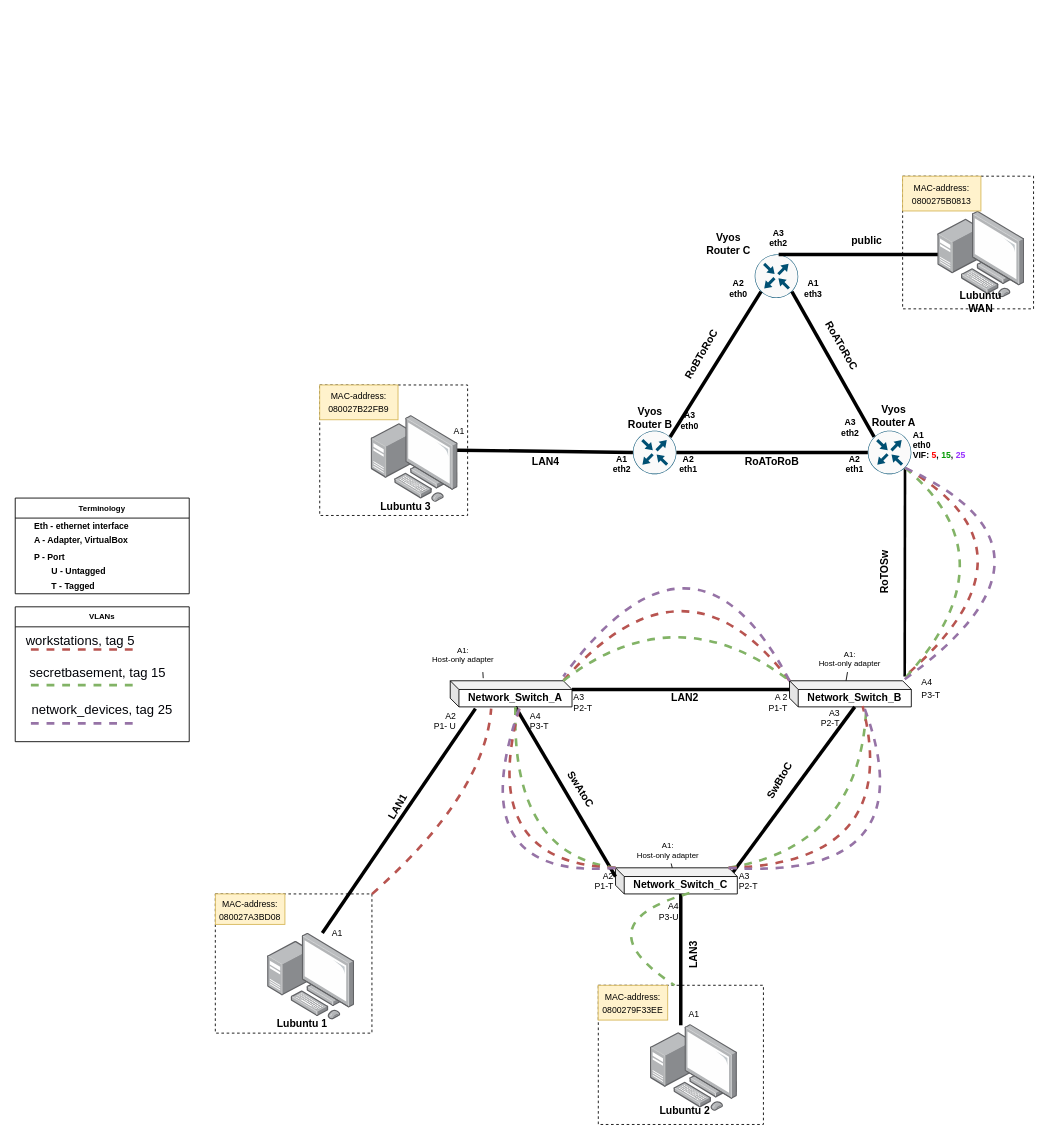
The draw.io diagram page "Physical Topology" (1 of 4) of documentation/E17/E17NetworkCharts.drawio in Kjersheim/DataNetworksIntro2023, before the edit. Source tidied: cells renumbered, new cells numbered last; positions are measured from the earlier drawing's top-left corner, leaving out a move shared by most shapes. Both pictures are drawn from the tidied source at 87%, with x=0, y=0 at pixel (15, 176).
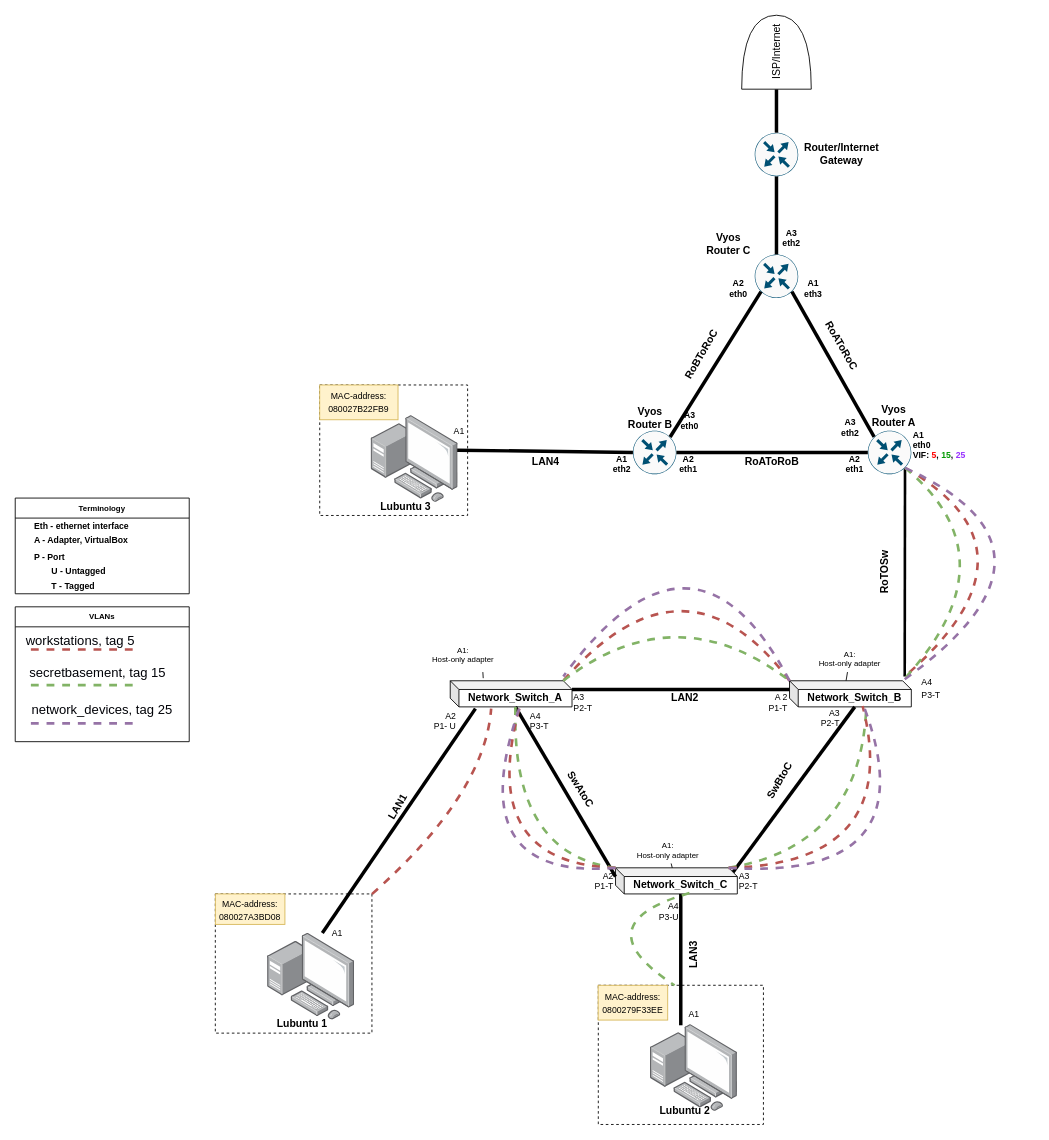
The same diagram, later.

Commit message (it also covers changes not shown here):
E17 Investigating home router address range

The change refers to these unchanged cells:
```xml
<mxCell id="87" style="sketch=0;points=[[0.5,0,0],[1,0.5,0],[0.5,1,0],[0,0.5,0],[0.145,0.145,0],[0.8555,0.145,0],[0.855,0.8555,0],[0.145,0.855,0]];verticalLabelPosition=bottom;html=1;verticalAlign=top;align=center;shape=mxgraph.cisco19.rect;prIcon=router;fillColor=#FAFAFA;strokeColor=#005073;" parent="1" vertex="1">
  <mxGeometry x="850" y="90" width="50" height="50" as="geometry" />
</mxCell>
```

Change to the diagram source:
```diff
@@
     <mxCell id="97" value="A3&lt;br&gt;eth2" style="text;strokeColor=none;align=center;fillColor=none;html=1;verticalAlign=middle;whiteSpace=wrap;rounded=0;rotation=0;fontStyle=1;fontSize=10;" parent="1" vertex="1">
-      <mxGeometry x="860" y="52.5" width="35" height="37.5" as="geometry" />
+      <mxGeometry x="875" y="52.5" width="35" height="37.5" as="geometry" />
     </mxCell>
-    <mxCell id="98" style="rounded=0;whiteSpace=wrap;html=1;textOpacity=0;fillColor=none;dashed=1;" parent="1" vertex="1">
-      <mxGeometry x="1020" width="150.5" height="152.5" as="geometry" />
-    </mxCell>
-    <mxCell id="99" style="points=[];html=1;align=center;shadow=0;dashed=0;image;image=img/lib/allied_telesis/computer_and_terminals/Personal_Computer_with_Server.svg;" parent="1" vertex="1">
-      <mxGeometry x="1060.3" y="40" width="100" height="100" as="geometry" />
-    </mxCell>
-    <mxCell id="100" value="Lubuntu WAN" style="text;strokeColor=none;align=center;fillColor=none;html=1;verticalAlign=middle;whiteSpace=wrap;rounded=0;fontStyle=1;" parent="1" vertex="1">
-      <mxGeometry x="1071.2" y="130" width="78" height="30" as="geometry" />
-    </mxCell>
-    <mxCell id="101" style="endArrow=none;html=1;rounded=0;strokeWidth=4;entryX=0.5;entryY=1;entryDx=0;entryDy=0;" parent="1" edge="1" source="99" target="97">
+    <mxCell id="101" style="endArrow=none;html=1;rounded=0;strokeWidth=4;entryX=0.5;entryY=0;entryDx=0;entryDy=0;entryPerimeter=0;exitX=0.5;exitY=1;exitDx=0;exitDy=0;exitPerimeter=0;" parent="1" edge="1" source="104" target="87">
       <mxGeometry relative="1" as="geometry" />
     </mxCell>
-    <mxCell id="102" value="&lt;b&gt;&lt;font style=&quot;font-size: 12px;&quot;&gt;public&lt;/font&gt;&lt;/b&gt;" style="text;strokeColor=none;align=center;fillColor=none;html=1;verticalAlign=middle;whiteSpace=wrap;rounded=0;dashed=1;fontSize=10;rotation=0;" parent="1" vertex="1">
-      <mxGeometry x="949.2" y="60" width="60" height="30" as="geometry" />
-    </mxCell>
-    <mxCell id="103" value="&lt;font style=&quot;font-size: 10px;&quot;&gt;MAC-address:&lt;br&gt;0800275B0813&lt;br&gt;&lt;/font&gt;" style="text;strokeColor=#d6b656;align=center;fillColor=#fff2cc;html=1;verticalAlign=middle;rounded=0;whiteSpace=wrap;labelBorderColor=none;fillStyle=auto;" parent="1" vertex="1">
-      <mxGeometry x="1020" width="90" height="40" as="geometry" />
-    </mxCell>
+    <mxCell id="104" style="sketch=0;points=[[0.5,0,0],[1,0.5,0],[0.5,1,0],[0,0.5,0],[0.145,0.145,0],[0.8555,0.145,0],[0.855,0.8555,0],[0.145,0.855,0]];verticalLabelPosition=bottom;html=1;verticalAlign=top;align=center;shape=mxgraph.cisco19.rect;prIcon=router;fillColor=#FAFAFA;strokeColor=#005073;" parent="1" vertex="1">
+      <mxGeometry x="850" y="-50" width="50" height="50" as="geometry" />
+    </mxCell>
+    <mxCell id="105" value="Router/Internet Gateway" style="text;strokeColor=none;align=center;fillColor=none;html=1;verticalAlign=middle;whiteSpace=wrap;rounded=0;fontStyle=1;" parent="1" vertex="1">
+      <mxGeometry x="910" y="-50" width="80" height="50" as="geometry" />
+    </mxCell>
+    <mxCell id="106" style="endArrow=none;html=1;rounded=0;strokeWidth=4;entryX=0.5;entryY=0;entryDx=0;entryDy=0;entryPerimeter=0;exitX=0;exitY=0.5;exitDx=0;exitDy=0;exitPerimeter=0;" parent="1" edge="1" source="107" target="104">
+      <mxGeometry relative="1" as="geometry" />
+    </mxCell>
+    <mxCell id="107" value="ISP/Internet" style="shape=or;whiteSpace=wrap;html=1;rotation=-90;" parent="1" vertex="1">
+      <mxGeometry x="832.5" y="-182.5" width="85" height="80" as="geometry" />
+    </mxCell>
```
